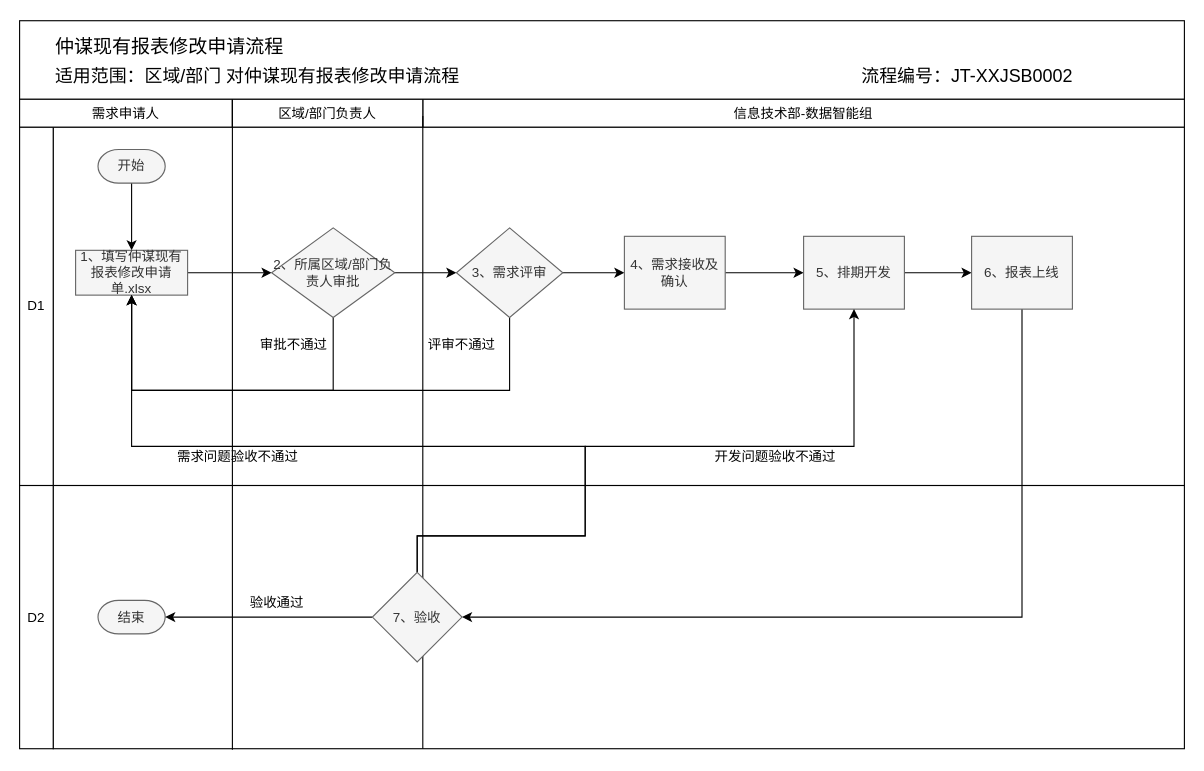
The draw.io diagram page "现有报表修改申请流程" (2 of 4) of pet_data_warehouse/内控流程.drawio in fangzheng0518/draw, before the edit. Source tidied: cells renumbered, new cells numbered last; positions are measured from the earlier drawing's top-left corner, leaving out a move shared by most shapes. Both pictures are drawn from the tidied source at 112%, with x=0, y=0 at pixel (19, 20).
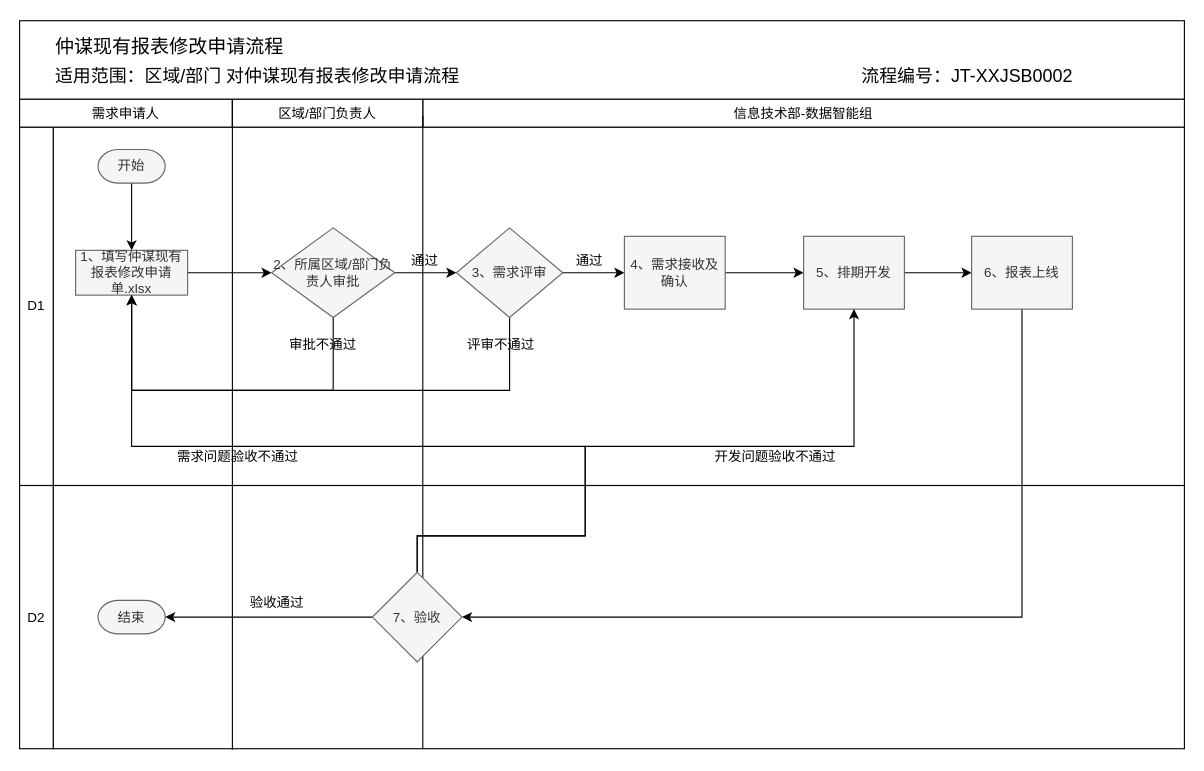
The same page after the edit.

What changed in the source:
```diff
@@
     <mxCell id="16" value="审批不通过" style="text;html=1;strokeColor=none;fillColor=none;align=center;verticalAlign=middle;whiteSpace=wrap;rounded=0;" parent="1" vertex="1">
-      <mxGeometry x="210" y="280" width="70" height="20" as="geometry" />
+      <mxGeometry x="236" y="280" width="70" height="20" as="geometry" />
     </mxCell>
@@
     <mxCell id="24" value="评审不通过" style="text;html=1;strokeColor=none;fillColor=none;align=center;verticalAlign=middle;whiteSpace=wrap;rounded=0;" parent="1" vertex="1">
-      <mxGeometry x="360" y="280" width="70" height="20" as="geometry" />
+      <mxGeometry x="395" y="280" width="70" height="20" as="geometry" />
     </mxCell>
@@
+    <mxCell id="43" value="通过" style="text;html=1;strokeColor=none;fillColor=none;align=center;verticalAlign=middle;whiteSpace=wrap;rounded=0;" parent="1" vertex="1">
+      <mxGeometry x="327" y="205" width="70" height="20" as="geometry" />
+    </mxCell>
+    <mxCell id="44" value="通过" style="text;html=1;strokeColor=none;fillColor=none;align=center;verticalAlign=middle;whiteSpace=wrap;rounded=0;" parent="1" vertex="1">
+      <mxGeometry x="474" y="205" width="70" height="20" as="geometry" />
+    </mxCell>
```
